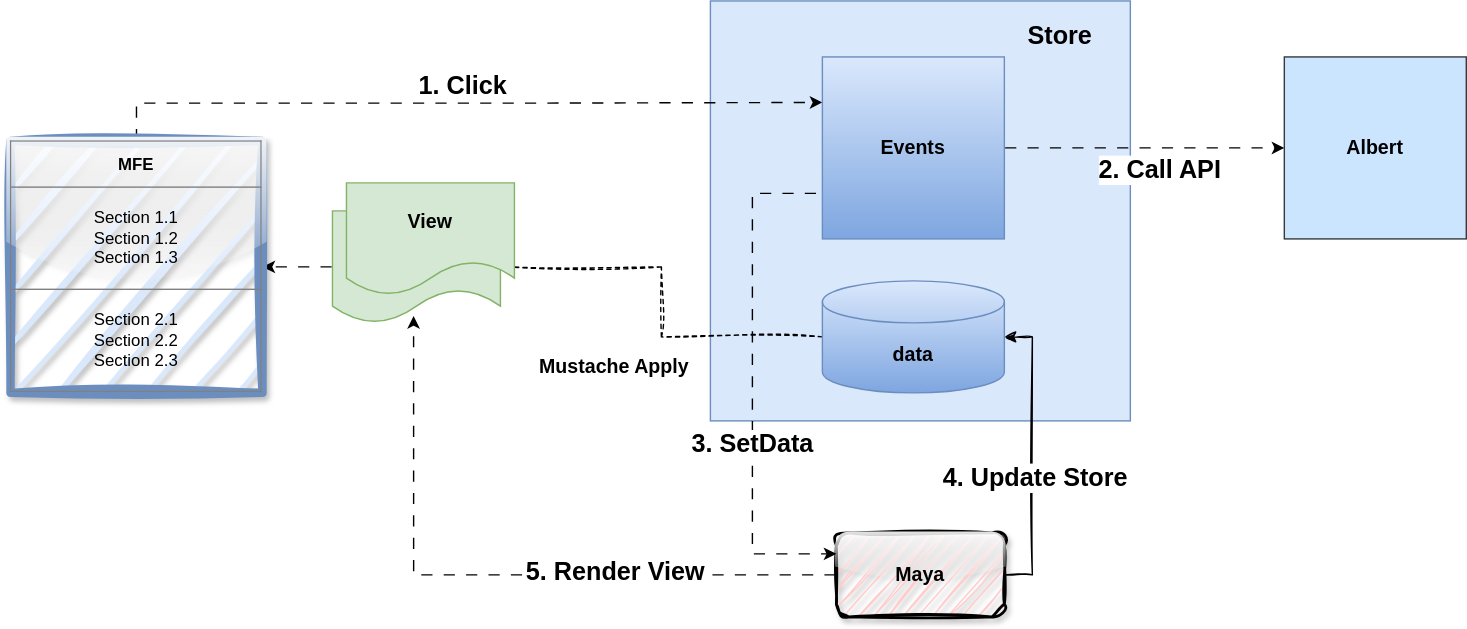
This is assets/maya.svg from maya-sandbox-kit/mayadoc, a draw.io export, as it was before one commit. Source tidied: cells renumbered, new cells last; positions are measured from the earlier drawing's top-left corner, leaving out a move shared by most shapes.
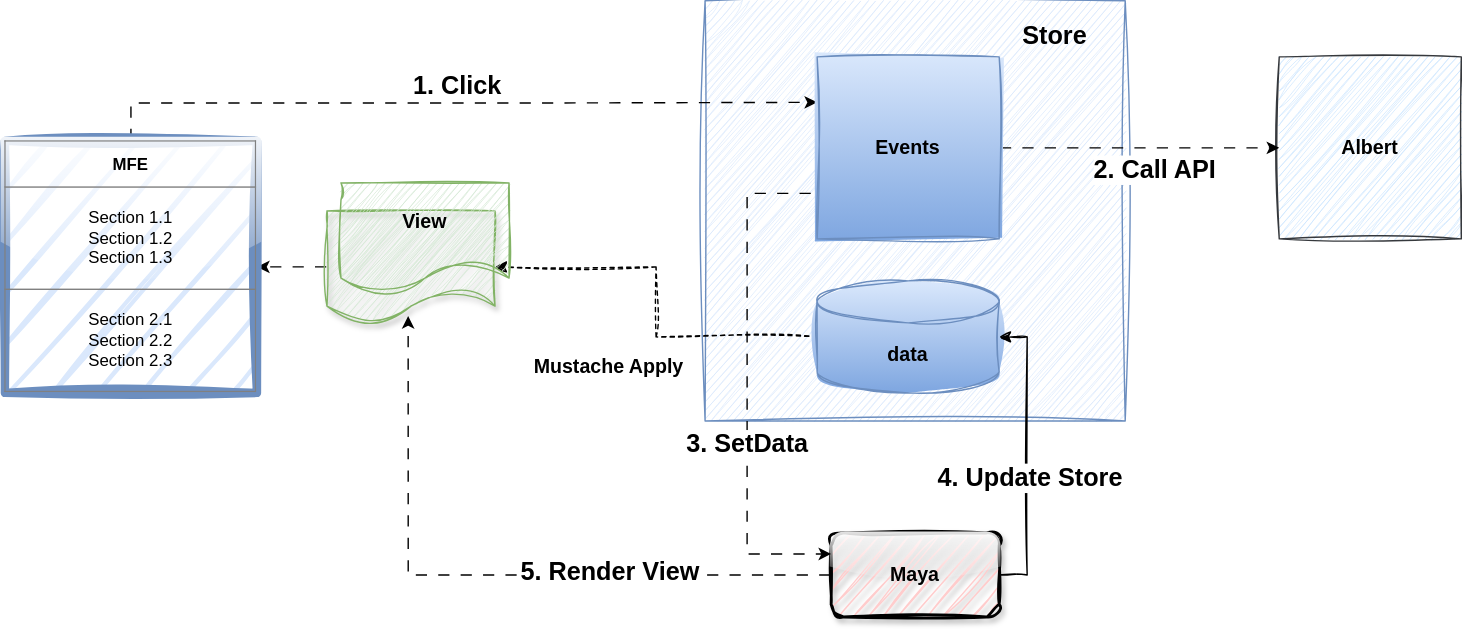
The same file after the commit.

Change to the diagram source:
```diff
@@ -5,10 +5,10 @@
     <mxCell id="2" style="edgeStyle=orthogonalEdgeStyle;rounded=0;jettySize=auto;html=1;flowAnimation=1;" parent="1" edge="1" source="3" target="16">
       <mxGeometry relative="1" as="geometry" />
     </mxCell>
-    <mxCell id="3" style="shape=document;whiteSpace=wrap;html=1;boundedLbl=1;fillColor=#d5e8d4;strokeColor=#82b366;" parent="1" vertex="1">
+    <mxCell id="3" style="shape=document;whiteSpace=wrap;html=1;boundedLbl=1;fillColor=#d5e8d4;strokeColor=#82b366;sketch=1;curveFitting=1;jiggle=2;shadow=1;" parent="1" vertex="1">
       <mxGeometry x="230" y="150" width="120" height="80" as="geometry" />
     </mxCell>
-    <mxCell id="4" style="whiteSpace=wrap;html=1;fillColor=#dae8fc;strokeColor=#6c8ebf;" parent="1" vertex="1">
+    <mxCell id="4" style="whiteSpace=wrap;html=1;fillColor=#dae8fc;strokeColor=#6c8ebf;sketch=1;curveFitting=1;jiggle=2;" parent="1" vertex="1">
       <mxGeometry x="500" width="300" height="300" as="geometry" />
     </mxCell>
     <mxCell id="5" style="edgeStyle=orthogonalEdgeStyle;rounded=0;jettySize=auto;html=1;exitX=0;exitY=0.5;exitDx=0;exitDy=0;exitPerimeter=0;dashed=1;sketch=1;curveFitting=1;jiggle=2;" parent="1" edge="1" source="7" target="3">
@@ -19,10 +19,10 @@
         <mxPoint x="-14" y="71" as="offset" />
       </mxGeometry>
     </mxCell>
-    <mxCell id="7" value="&lt;font style=&quot;font-size: 14px; color: rgb(0, 0, 0);&quot;&gt;&lt;b&gt;data&lt;/b&gt;&lt;/font&gt;" style="shape=cylinder3;whiteSpace=wrap;html=1;boundedLbl=1;backgroundOutline=1;size=15;fillColor=#dae8fc;strokeColor=#6c8ebf;gradientColor=#7ea6e0;" parent="1" vertex="1">
+    <mxCell id="7" value="&lt;font style=&quot;font-size: 14px; color: rgb(0, 0, 0);&quot;&gt;&lt;b&gt;data&lt;/b&gt;&lt;/font&gt;" style="shape=cylinder3;whiteSpace=wrap;html=1;boundedLbl=1;backgroundOutline=1;size=15;fillColor=#dae8fc;strokeColor=#6c8ebf;gradientColor=#7ea6e0;sketch=1;curveFitting=1;jiggle=2;" parent="1" vertex="1">
       <mxGeometry x="580" y="200" width="130" height="80" as="geometry" />
     </mxCell>
-    <mxCell id="8" value="&lt;font style=&quot;font-size: 14px;&quot;&gt;&lt;b&gt;Albert&lt;/b&gt;&lt;/font&gt;" style="whiteSpace=wrap;html=1;fillColor=#cce5ff;strokeColor=#36393d;" parent="1" vertex="1">
+    <mxCell id="8" value="&lt;font style=&quot;font-size: 14px;&quot;&gt;&lt;b&gt;Albert&lt;/b&gt;&lt;/font&gt;" style="whiteSpace=wrap;html=1;fillColor=#cce5ff;strokeColor=#36393d;sketch=1;curveFitting=1;jiggle=2;glass=0;shadow=0;" parent="1" vertex="1">
       <mxGeometry x="910" y="40" width="130" height="130" as="geometry" />
     </mxCell>
     <mxCell id="9" value="&lt;font style=&quot;font-size: 14px;&quot;&gt;&lt;b&gt;Maya&lt;/b&gt;&lt;/font&gt;" style="rounded=1;whiteSpace=wrap;html=1;fillColor=#FFCCCC;glass=1;sketch=1;curveFitting=1;jiggle=2;shadow=1;strokeWidth=2;" parent="1" vertex="1">
@@ -34,7 +34,7 @@
     <mxCell id="11" value="&lt;font style=&quot;font-size: 18px;&quot;&gt;&lt;b style=&quot;&quot;&gt;5. Render View&lt;/b&gt;&lt;/font&gt;" style="edgeLabel;html=1;align=center;verticalAlign=middle;" parent="10" vertex="1">
       <mxGeometry x="-0.35" y="-3" relative="1" as="geometry" />
     </mxCell>
-    <mxCell id="12" value="&lt;font style=&quot;font-size: 14px;&quot;&gt;&lt;b&gt;View&lt;/b&gt;&lt;/font&gt;" style="shape=document;whiteSpace=wrap;html=1;boundedLbl=1;fillColor=#d5e8d4;strokeColor=#82b366;" parent="1" vertex="1">
+    <mxCell id="12" value="&lt;font style=&quot;font-size: 14px;&quot;&gt;&lt;b&gt;View&lt;/b&gt;&lt;/font&gt;" style="shape=document;whiteSpace=wrap;html=1;boundedLbl=1;fillColor=#d5e8d4;strokeColor=#82b366;sketch=1;curveFitting=1;jiggle=2;" parent="1" vertex="1">
       <mxGeometry x="240" y="130" width="120" height="80" as="geometry" />
     </mxCell>
     <object id="13" label="&lt;font style=&quot;font-size: 18px;&quot;&gt;&lt;b style=&quot;&quot;&gt;Store&lt;/b&gt;&lt;/font&gt;" name="Variable" placeholders="1">
@@ -55,7 +55,7 @@
         <mxPoint y="-14" as="offset" />
       </mxGeometry>
     </mxCell>
-    <mxCell id="16" value="&lt;table border=&quot;1&quot; width=&quot;100%&quot; height=&quot;100%&quot; cellpadding=&quot;4&quot; style=&quot;width:100%;height:100%;border-collapse:collapse;&quot;&gt;&lt;tbody&gt;&lt;tr&gt;&lt;th align=&quot;center&quot;&gt;&lt;b&gt;MFE&lt;/b&gt;&lt;/th&gt;&lt;/tr&gt;&lt;tr&gt;&lt;td align=&quot;center&quot;&gt;Section 1.1&lt;br&gt;Section 1.2&lt;br&gt;Section 1.3&lt;/td&gt;&lt;/tr&gt;&lt;tr&gt;&lt;td align=&quot;center&quot;&gt;Section 2.1&lt;br&gt;Section 2.2&lt;br&gt;Section 2.3&lt;/td&gt;&lt;/tr&gt;&lt;/tbody&gt;&lt;/table&gt;" style="text;html=1;whiteSpace=wrap;overflow=fill;sketch=1;curveFitting=1;jiggle=2;shadow=1;glass=1;rounded=0;strokeWidth=6;fillColor=#dae8fc;strokeColor=#6c8ebf;" parent="1" vertex="1">
+    <mxCell id="16" value="&lt;table border=&quot;1&quot; width=&quot;100%&quot; height=&quot;100%&quot; cellpadding=&quot;4&quot; style=&quot;width:100%;height:100%;border-collapse:collapse;&quot;&gt;&lt;tbody&gt;&lt;tr&gt;&lt;th align=&quot;center&quot;&gt;&lt;b&gt;MFE&lt;/b&gt;&lt;/th&gt;&lt;/tr&gt;&lt;tr&gt;&lt;td align=&quot;center&quot;&gt;Section 1.1&lt;br&gt;Section 1.2&lt;br&gt;Section 1.3&lt;/td&gt;&lt;/tr&gt;&lt;tr&gt;&lt;td align=&quot;center&quot;&gt;Section 2.1&lt;br&gt;Section 2.2&lt;br&gt;Section 2.3&lt;/td&gt;&lt;/tr&gt;&lt;/tbody&gt;&lt;/table&gt;" style="text;html=1;whiteSpace=wrap;overflow=fill;sketch=1;curveFitting=1;jiggle=2;shadow=0;glass=1;rounded=0;strokeWidth=6;fillColor=#dae8fc;strokeColor=#6c8ebf;" parent="1" vertex="1">
       <mxGeometry y="100" width="180" height="180" as="geometry" />
     </mxCell>
     <mxCell id="17" style="edgeStyle=orthogonalEdgeStyle;rounded=0;jettySize=auto;html=1;entryX=0;entryY=0.5;entryDx=0;entryDy=0;flowAnimation=1;" parent="1" edge="1" source="21" target="8">
@@ -78,7 +78,7 @@
     <mxCell id="20" value="&lt;font style=&quot;font-size: 18px;&quot;&gt;&lt;b&gt;3. SetData&lt;/b&gt;&lt;/font&gt;" style="edgeLabel;html=1;align=center;verticalAlign=middle;" parent="19" vertex="1">
       <mxGeometry x="0.35" y="-1" relative="1" as="geometry" />
     </mxCell>
-    <mxCell id="21" value="&lt;font style=&quot;font-size: 14px;&quot;&gt;&lt;b&gt;Events&lt;/b&gt;&lt;/font&gt;" style="whiteSpace=wrap;html=1;align=center;fillColor=#dae8fc;strokeColor=#6c8ebf;gradientColor=#7ea6e0;" parent="1" vertex="1">
+    <mxCell id="21" value="&lt;font style=&quot;font-size: 14px;&quot;&gt;&lt;b&gt;Events&lt;/b&gt;&lt;/font&gt;" style="whiteSpace=wrap;html=1;align=center;fillColor=#dae8fc;strokeColor=#6c8ebf;gradientColor=#7ea6e0;shadow=0;sketch=1;curveFitting=1;jiggle=2;" parent="1" vertex="1">
       <mxGeometry x="580" y="40" width="130" height="130" as="geometry" />
     </mxCell>
     <mxCell id="22" style="edgeStyle=orthogonalEdgeStyle;rounded=0;jettySize=auto;html=1;entryX=1;entryY=0.5;entryDx=0;entryDy=0;entryPerimeter=0;sketch=1;curveFitting=1;jiggle=2;flowAnimation=1;" parent="1" edge="1" source="9" target="7">
```
